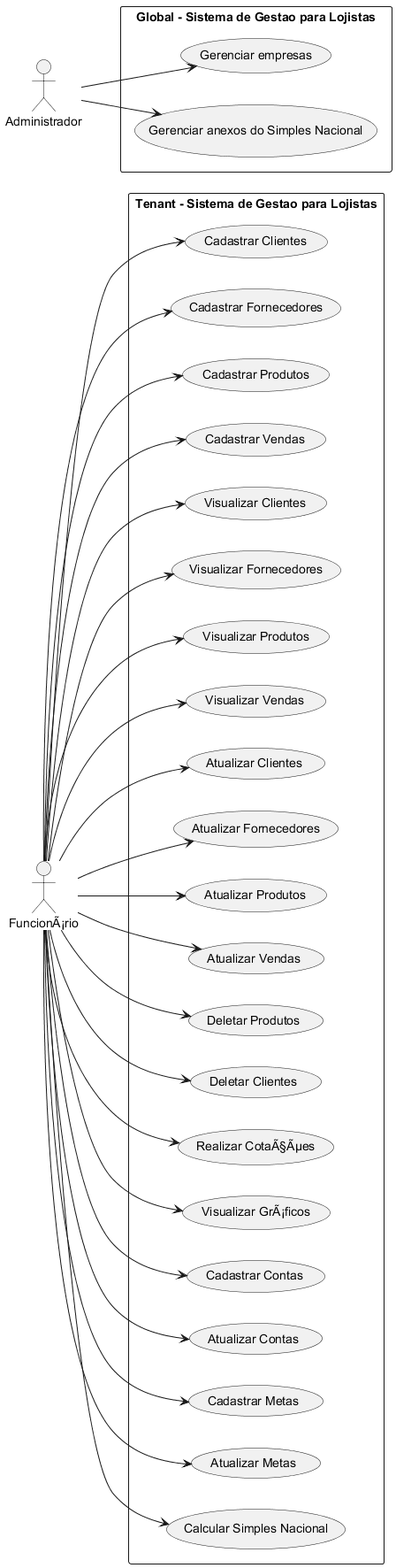
Above: resources/diagramas/diagrama_casos_uso.png in PatrickCaminhas/SimplifiqSystem (PlantUML), before the change. Its diagram source:
```plantuml
@startuml
left to right direction

actor "FuncionÃ¡rio" as Funcionario
actor "Administrador" as Admin

rectangle "Tenant - Sistema de Gestao para Lojistas" {
    Funcionario --> (Cadastrar Clientes)
    Funcionario --> (Cadastrar Fornecedores)
    Funcionario --> (Cadastrar Produtos)
    Funcionario --> (Cadastrar Vendas)

    Funcionario --> (Visualizar Clientes)
    Funcionario --> (Visualizar Fornecedores)
    Funcionario --> (Visualizar Produtos)
    Funcionario --> (Visualizar Vendas)

    Funcionario --> (Atualizar Clientes)
    Funcionario --> (Atualizar Fornecedores)
    Funcionario --> (Atualizar Produtos)
    Funcionario --> (Atualizar Vendas)

    Funcionario --> (Deletar Produtos)
    Funcionario --> (Deletar Clientes)

    Funcionario --> (Realizar CotaÃ§Ãµes)
    Funcionario --> (Visualizar GrÃ¡ficos)
    Funcionario --> (Cadastrar Contas)
    Funcionario --> (Atualizar Contas)
    Funcionario --> (Cadastrar Metas)
    Funcionario --> (Atualizar Metas)
    Funcionario --> (Calcular Simples Nacional)






}
rectangle "Global - Sistema de Gestao para Lojistas" {
    Admin --> (Gerenciar empresas)
    Admin --> (Gerenciar anexos do Simples Nacional)

}
@enduml
```
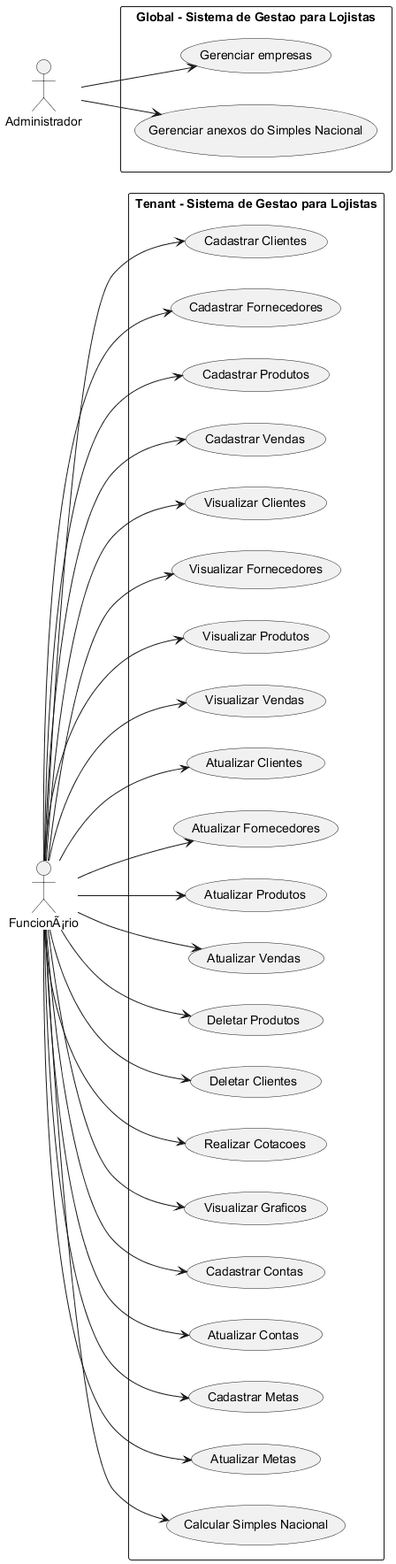
The same file after the commit.

Commit message:
correção no diagramas de casos de uso e de classe

Change to the diagram source:
```diff
@@ -23,8 +23,8 @@
     Funcionario --> (Deletar Produtos)
     Funcionario --> (Deletar Clientes)
 
-    Funcionario --> (Realizar CotaÃ§Ãµes)
-    Funcionario --> (Visualizar GrÃ¡ficos)
+    Funcionario --> (Realizar Cotacoes)
+    Funcionario --> (Visualizar Graficos)
     Funcionario --> (Cadastrar Contas)
     Funcionario --> (Atualizar Contas)
     Funcionario --> (Cadastrar Metas)
```
